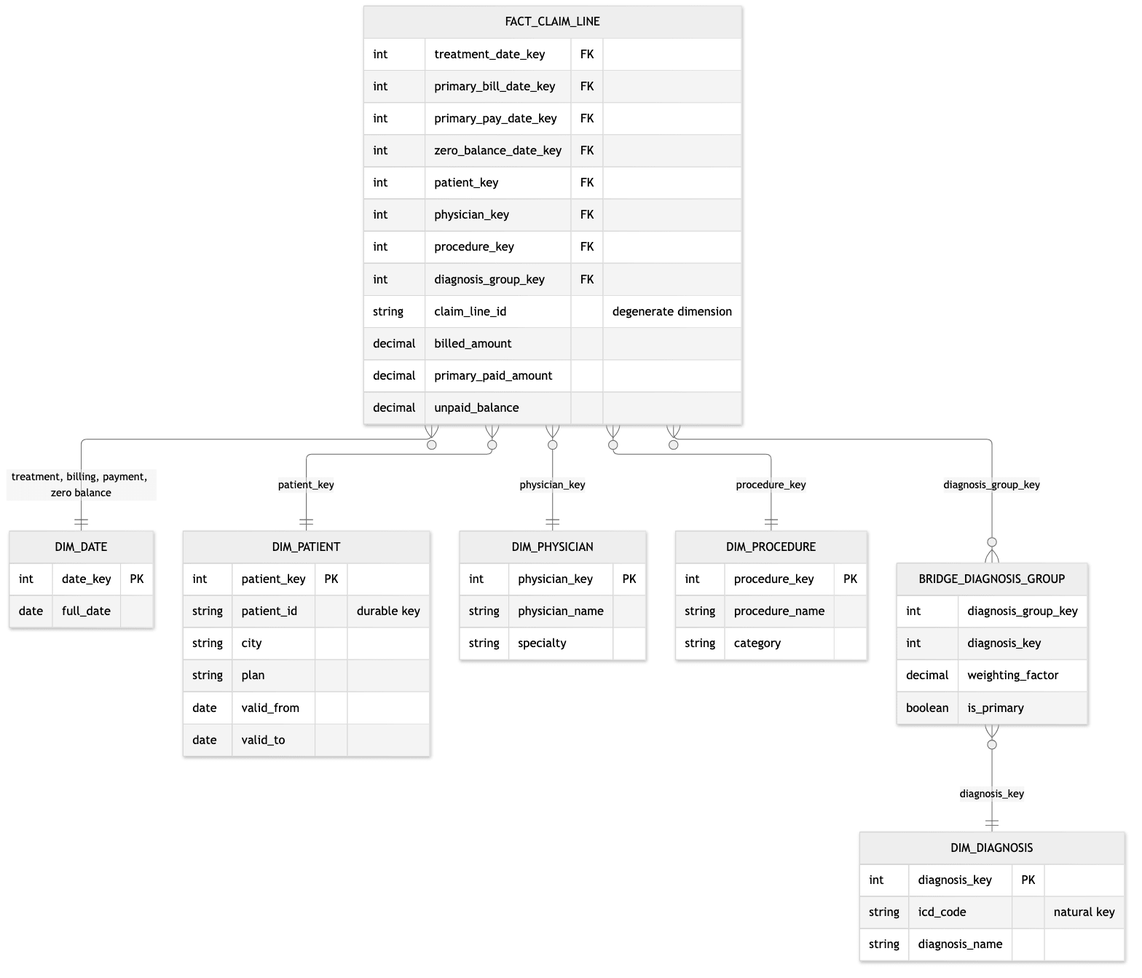
Before: public/assets/data-warehouse-toolkit/ch14-claims-star.png, a diagram exported from Mermaid (surfalytics/dataengineer_ru). Its source is kept beside it as scripts/kimball-diagrams/src/ch14-claims-star.mmd.
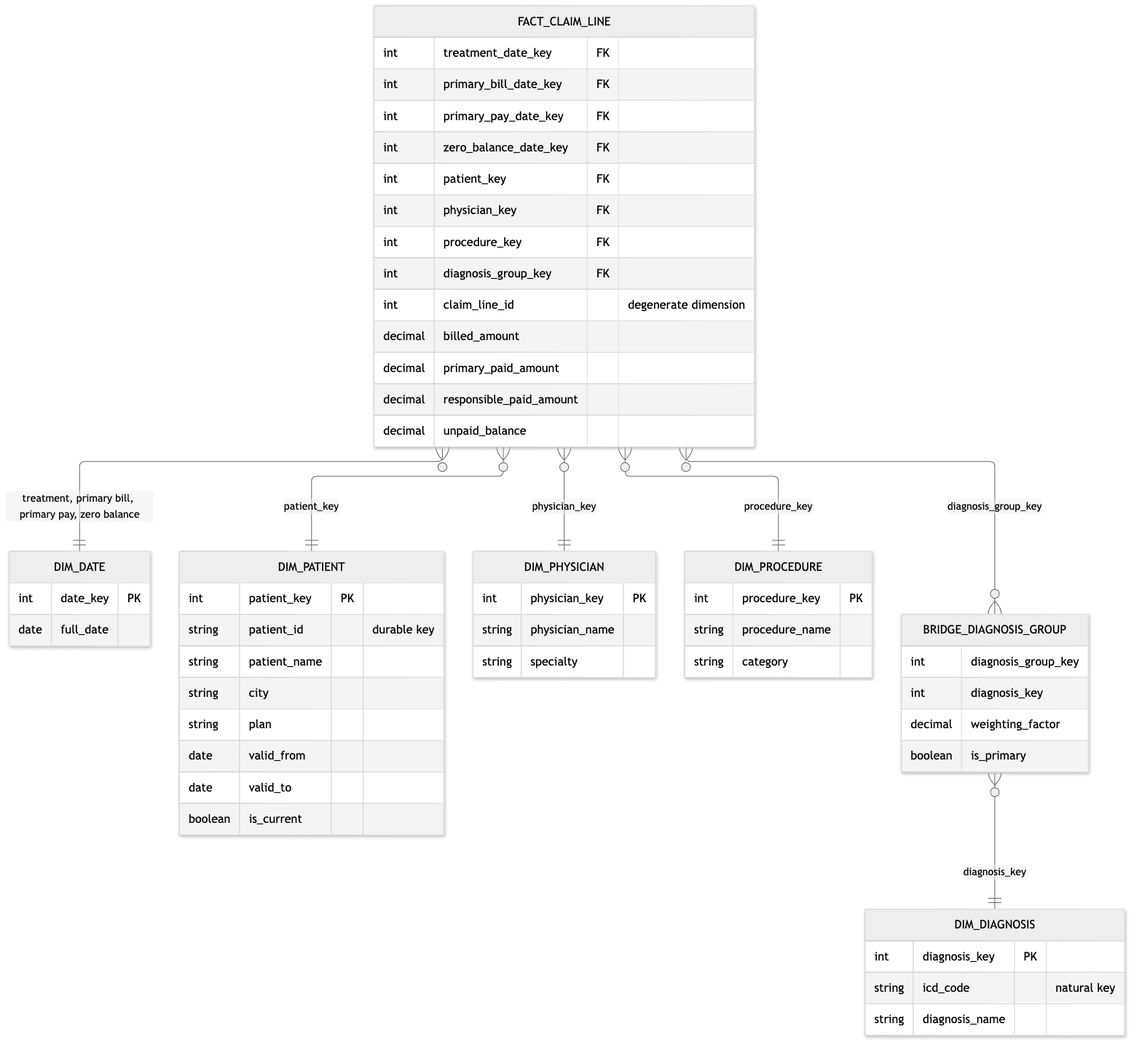
Later version of the same file.

Diff of the diagram source:
```diff
@@ -1,5 +1,5 @@
 erDiagram
-  FACT_CLAIM_LINE }o--|| DIM_DATE : "treatment, billing, payment, zero balance"
+  FACT_CLAIM_LINE }o--|| DIM_DATE : "treatment, primary bill, primary pay, zero balance"
   FACT_CLAIM_LINE }o--|| DIM_PATIENT : "patient_key"
   FACT_CLAIM_LINE }o--|| DIM_PHYSICIAN : "physician_key"
   FACT_CLAIM_LINE }o--|| DIM_PROCEDURE : "procedure_key"
@@ -14,9 +14,10 @@
     int physician_key FK
     int procedure_key FK
     int diagnosis_group_key FK
-    string claim_line_id "degenerate dimension"
+    int claim_line_id "degenerate dimension"
     decimal billed_amount
     decimal primary_paid_amount
+    decimal responsible_paid_amount
     decimal unpaid_balance
   }
   BRIDGE_DIAGNOSIS_GROUP {
@@ -33,10 +34,12 @@
   DIM_PATIENT {
     int patient_key PK
     string patient_id "durable key"
+    string patient_name
     string city
     string plan
     date valid_from
     date valid_to
+    boolean is_current
   }
   DIM_PHYSICIAN {
     int physician_key PK
```
